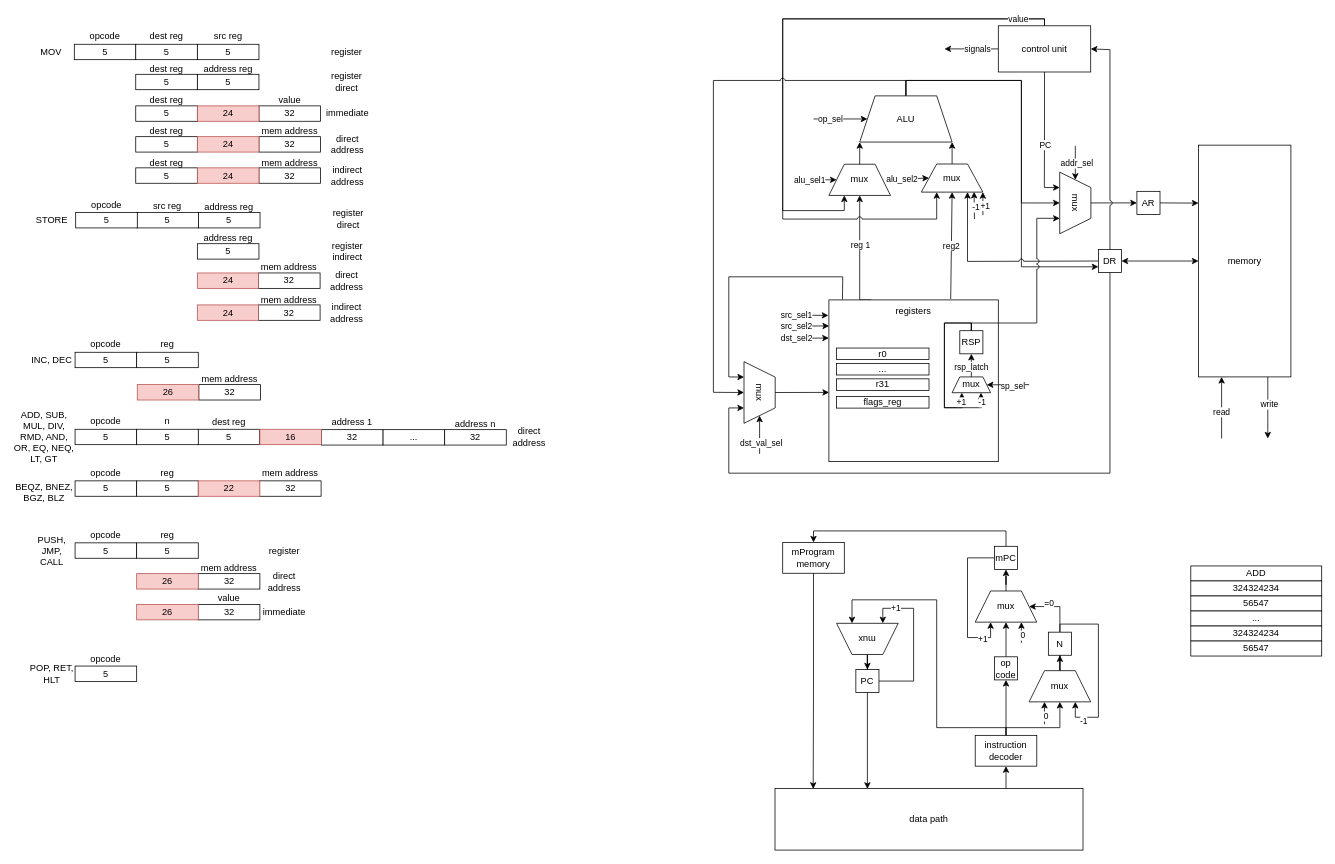
This is resources/csa_lab4.drawio from vanya9090/csa_lab4, a draw.io file, before an edit. Source tidied: cells renumbered, new cells numbered last; positions are measured from the earlier drawing's top-left corner, leaving out a move shared by most shapes. Both pictures are drawn from the tidied source at 77%, with x=0, y=0 at pixel (13, 18).
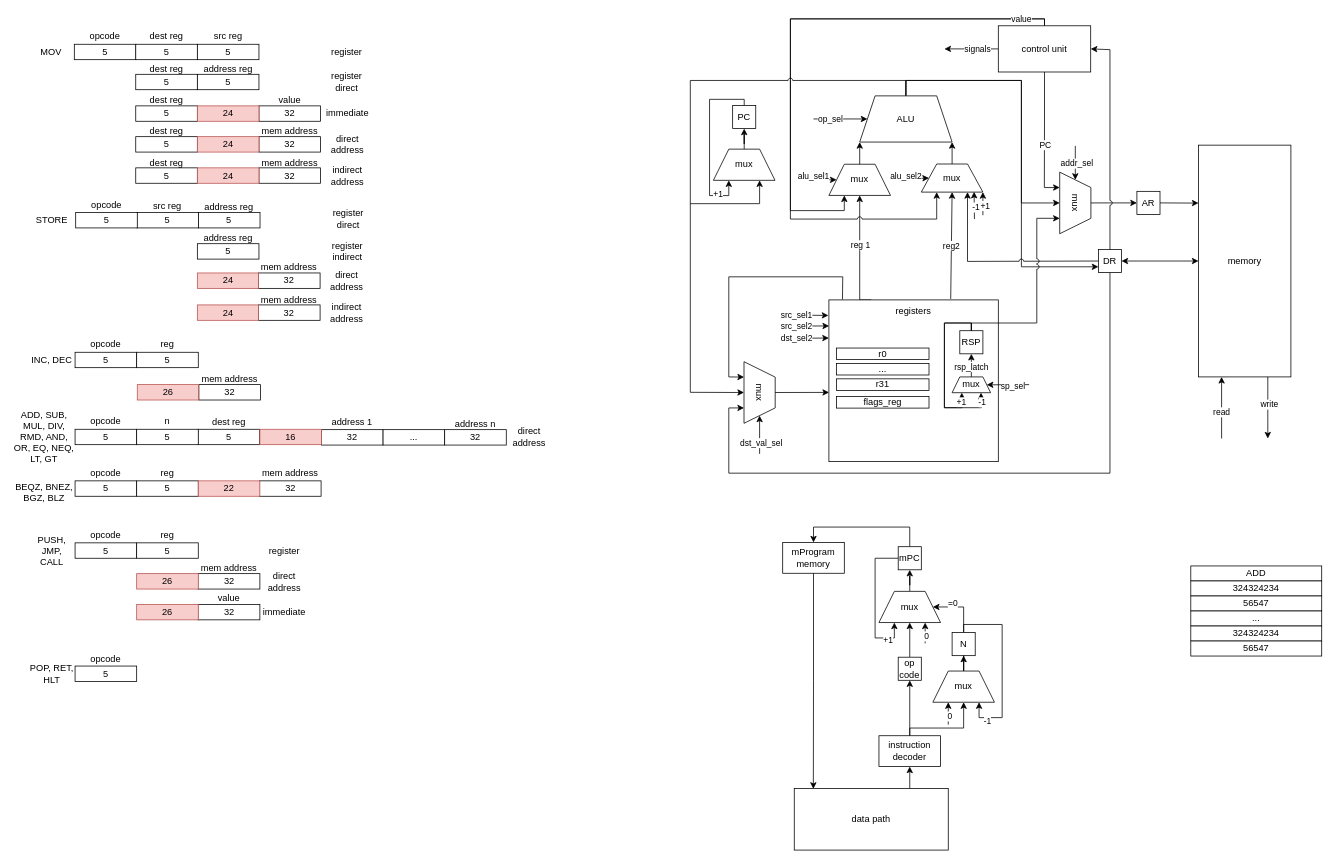
The same page after the edit.

Unchanged cells that the change refers to:
```xml
<mxCell id="52" value="ALU" style="shape=trapezoid;perimeter=trapezoidPerimeter;whiteSpace=wrap;html=1;fixedSize=1;" parent="1" vertex="1">
  <mxGeometry x="1099" y="100" width="120" height="60" as="geometry" />
</mxCell>
<mxCell id="53" value="mux" style="shape=trapezoid;perimeter=trapezoidPerimeter;whiteSpace=wrap;html=1;fixedSize=1;" parent="1" vertex="1">
  <mxGeometry x="1059" y="188.8" width="80" height="40.5" as="geometry" />
</mxCell>
<mxCell id="54" value="mux" style="shape=trapezoid;perimeter=trapezoidPerimeter;whiteSpace=wrap;html=1;fixedSize=1;" parent="1" vertex="1">
  <mxGeometry x="1179" y="188.5" width="80" height="36.5" as="geometry" />
</mxCell>
<mxCell id="57" style="endArrow=classic;html=1;rounded=0;entryX=0;entryY=0.5;entryDx=0;entryDy=0;" parent="1" edge="1" target="53">
  <mxGeometry relative="1" as="geometry">
    <mxPoint x="1019" y="209" as="sourcePoint" />
  </mxGeometry>
</mxCell>
<mxCell id="59" style="endArrow=classic;html=1;rounded=0;entryX=0;entryY=0.5;entryDx=0;entryDy=0;" parent="1" edge="1" target="54">
  <mxGeometry relative="1" as="geometry">
    <mxPoint x="1139" y="208.5" as="sourcePoint" />
  </mxGeometry>
</mxCell>
<mxCell id="68" value="control unit" style="rounded=0;whiteSpace=wrap;html=1;" parent="1" vertex="1">
  <mxGeometry x="1279" y="9" width="120" height="60" as="geometry" />
</mxCell>
<mxCell id="78" value="mux" style="shape=trapezoid;perimeter=trapezoidPerimeter;whiteSpace=wrap;html=1;fixedSize=1;rotation=90;" parent="1" vertex="1">
  <mxGeometry x="929" y="465" width="80" height="40.5" as="geometry" />
</mxCell>
<mxCell id="145" value="mProgram&lt;div&gt;memory&lt;/div&gt;" style="rounded=0;whiteSpace=wrap;html=1;" parent="1" vertex="1">
  <mxGeometry x="999" y="680" width="80" height="40" as="geometry" />
</mxCell>
```

The edit, as a diff of the source:
```diff
@@
     <mxCell id="58" value="alu_sel1" style="edgeLabel;html=1;align=center;verticalAlign=middle;" parent="57" vertex="1">
-      <mxGeometry x="-0.4" relative="1" as="geometry" />
+      <mxGeometry x="-0.4" relative="1" as="geometry">
+        <mxPoint x="5" y="-5" as="offset" />
+      </mxGeometry>
     </mxCell>
@@
     <mxCell id="60" value="alu_sel2" style="edgeLabel;html=1;align=center;verticalAlign=middle;" parent="59" vertex="1">
-      <mxGeometry x="-0.4" relative="1" as="geometry" />
+      <mxGeometry x="-0.4" relative="1" as="geometry">
+        <mxPoint x="5" y="-4" as="offset" />
+      </mxGeometry>
     </mxCell>
@@
     <mxCell id="65" style="edgeStyle=orthogonalEdgeStyle;rounded=0;jettySize=auto;html=1;entryX=0.25;entryY=1;entryDx=0;entryDy=0;" parent="1" edge="1" source="68" target="53">
       <mxGeometry relative="1" as="geometry">
         <Array as="points">
           <mxPoint x="1339" />
-          <mxPoint x="999" />
-          <mxPoint x="999" y="249" />
+          <mxPoint x="1009" />
+          <mxPoint x="1009" y="249" />
           <mxPoint x="1079" y="249" />
         </Array>
       </mxGeometry>
     </mxCell>
     <mxCell id="66" style="edgeStyle=orthogonalEdgeStyle;rounded=0;jettySize=auto;html=1;entryX=0.25;entryY=1;entryDx=0;entryDy=0;jumpStyle=arc;" parent="1" edge="1" source="68" target="54">
       <mxGeometry relative="1" as="geometry">
         <Array as="points">
           <mxPoint x="1339" />
-          <mxPoint x="999" />
-          <mxPoint x="999" y="260" />
+          <mxPoint x="1009" />
+          <mxPoint x="1009" y="260" />
           <mxPoint x="1199" y="260" />
         </Array>
       </mxGeometry>
     </mxCell>
@@
     <mxCell id="81" style="endArrow=classic;html=1;rounded=0;exitX=0.5;exitY=0;exitDx=0;exitDy=0;entryX=0.5;entryY=1;entryDx=0;entryDy=0;jumpStyle=arc;" parent="1" edge="1" source="52" target="78">
       <mxGeometry relative="1" as="geometry">
         <Array as="points">
           <mxPoint x="1159" y="80" />
-          <mxPoint x="909" y="80" />
-          <mxPoint x="909" y="485" />
+          <mxPoint x="879" y="80" />
+          <mxPoint x="879" y="485" />
         </Array>
       </mxGeometry>
     </mxCell>
@@
     <mxCell id="109" value="data path" style="rounded=0;whiteSpace=wrap;html=1;" parent="1" vertex="1">
-      <mxGeometry x="989" y="999.5" width="400" height="80" as="geometry" />
+      <mxGeometry x="1014" y="999.5" width="200" height="80" as="geometry" />
     </mxCell>
@@
-    <mxCell id="131" style="edgeStyle=orthogonalEdgeStyle;rounded=0;jettySize=auto;html=1;entryX=0.75;entryY=1;entryDx=0;entryDy=0;exitX=0.5;exitY=0;exitDx=0;exitDy=0;" parent="1" edge="1" source="133" target="155">
-      <mxGeometry relative="1" as="geometry">
-        <Array as="points">
-          <mxPoint x="1289" y="920.5" />
-          <mxPoint x="1199" y="920.5" />
-          <mxPoint x="1199" y="754.5" />
-          <mxPoint x="1089" y="754.5" />
-        </Array>
-      </mxGeometry>
-    </mxCell>
     <mxCell id="132" style="edgeStyle=orthogonalEdgeStyle;rounded=0;jettySize=auto;html=1;entryX=0.5;entryY=1;entryDx=0;entryDy=0;" parent="1" edge="1" source="133" target="209">
       <mxGeometry relative="1" as="geometry">
         <Array as="points">
-          <mxPoint x="1289" y="920.5" />
-          <mxPoint x="1359" y="920.5" />
+          <mxPoint x="1164" y="921" />
+          <mxPoint x="1234" y="921" />
         </Array>
       </mxGeometry>
     </mxCell>
     <mxCell id="133" value="instruction&lt;div&gt;decoder&lt;/div&gt;" style="rounded=0;whiteSpace=wrap;html=1;" parent="1" vertex="1">
-      <mxGeometry x="1249" y="930.5" width="80" height="40" as="geometry" />
+      <mxGeometry x="1124" y="931" width="80" height="40" as="geometry" />
     </mxCell>
-    <mxCell id="134" style="endArrow=classic;html=1;rounded=0;exitX=0.75;exitY=0;exitDx=0;exitDy=0;entryX=0.5;entryY=1;entryDx=0;entryDy=0;" parent="1" edge="1" source="109" target="133">
-      <mxGeometry relative="1" as="geometry" />
-    </mxCell>
-    <mxCell id="135" style="edgeStyle=orthogonalEdgeStyle;rounded=0;jettySize=auto;html=1;entryX=0.25;entryY=1;entryDx=0;entryDy=0;" parent="1" edge="1" source="137" target="155">
-      <mxGeometry relative="1" as="geometry">
-        <Array as="points">
-          <mxPoint x="1169" y="859.5" />
-          <mxPoint x="1169" y="765.5" />
-          <mxPoint x="1129" y="765.5" />
-        </Array>
-      </mxGeometry>
-    </mxCell>
-    <mxCell id="136" value="+1" style="edgeLabel;html=1;align=center;verticalAlign=middle;" parent="135" vertex="1">
-      <mxGeometry x="0.64" y="-1" relative="1" as="geometry" />
-    </mxCell>
-    <mxCell id="137" value="PC" style="rounded=0;whiteSpace=wrap;html=1;" parent="1" vertex="1">
-      <mxGeometry x="1094" y="845" width="30" height="30" as="geometry" />
-    </mxCell>
@@
     <mxCell id="139" value="mux" style="shape=trapezoid;perimeter=trapezoidPerimeter;whiteSpace=wrap;html=1;fixedSize=1;rotation=0;" parent="1" vertex="1">
-      <mxGeometry x="1249" y="743" width="80" height="40.5" as="geometry" />
+      <mxGeometry x="1124" y="743.5" width="80" height="40.5" as="geometry" />
     </mxCell>
-    <mxCell id="140" style="edgeStyle=orthogonalEdgeStyle;rounded=0;jettySize=auto;html=1;entryX=0.5;entryY=0;entryDx=0;entryDy=0;" parent="1" edge="1" source="143" target="145">
-      <mxGeometry relative="1" as="geometry">
-        <Array as="points">
-          <mxPoint x="1289" y="665" />
-          <mxPoint x="1039" y="665" />
-        </Array>
-      </mxGeometry>
-    </mxCell>
     <mxCell id="141" style="edgeStyle=orthogonalEdgeStyle;rounded=0;jettySize=auto;html=1;entryX=0.25;entryY=1;entryDx=0;entryDy=0;" parent="1" edge="1" source="143" target="139">
       <mxGeometry relative="1" as="geometry">
         <Array as="points">
-          <mxPoint x="1239" y="700.5" />
-          <mxPoint x="1239" y="803.5" />
-          <mxPoint x="1269" y="803.5" />
+          <mxPoint x="1119" y="700" />
+          <mxPoint x="1119" y="804" />
+          <mxPoint x="1144" y="804" />
         </Array>
       </mxGeometry>
     </mxCell>
@@
+    <mxCell id="140" style="edgeStyle=orthogonalEdgeStyle;rounded=0;jettySize=auto;html=1;entryX=0.5;entryY=0;entryDx=0;entryDy=0;" parent="1" edge="1" source="143" target="145">
+      <mxGeometry relative="1" as="geometry">
+        <Array as="points">
+          <mxPoint x="1164" y="660" />
+          <mxPoint x="1039" y="660" />
+        </Array>
+      </mxGeometry>
+    </mxCell>
     <mxCell id="143" value="mPC" style="rounded=0;whiteSpace=wrap;html=1;" parent="1" vertex="1">
-      <mxGeometry x="1274" y="685" width="30" height="30" as="geometry" />
+      <mxGeometry x="1149" y="685.5" width="30" height="30" as="geometry" />
     </mxCell>
@@
-    <mxCell id="154" style="edgeStyle=orthogonalEdgeStyle;rounded=0;jettySize=auto;html=1;entryX=0.5;entryY=0;entryDx=0;entryDy=0;" parent="1" edge="1" source="155" target="137">
-      <mxGeometry relative="1" as="geometry" />
-    </mxCell>
-    <mxCell id="155" value="mux" style="shape=trapezoid;perimeter=trapezoidPerimeter;whiteSpace=wrap;html=1;fixedSize=1;rotation=-180;" parent="1" vertex="1">
-      <mxGeometry x="1069" y="785" width="80" height="40.5" as="geometry" />
-    </mxCell>
-    <mxCell id="156" style="edgeStyle=orthogonalEdgeStyle;rounded=0;jettySize=auto;html=1;entryX=0.3;entryY=0.006;entryDx=0;entryDy=0;entryPerimeter=0;exitX=0.5;exitY=1;exitDx=0;exitDy=0;" parent="1" edge="1" source="137" target="109">
-      <mxGeometry relative="1" as="geometry" />
-    </mxCell>
@@
     <mxCell id="179" style="endArrow=classic;html=1;rounded=0;entryX=0.75;entryY=1;entryDx=0;entryDy=0;" parent="1" edge="1" target="139">
       <mxGeometry relative="1" as="geometry">
-        <mxPoint x="1309" y="810.5" as="sourcePoint" />
+        <mxPoint x="1184" y="811" as="sourcePoint" />
       </mxGeometry>
     </mxCell>
@@
     <mxCell id="195" style="edgeStyle=orthogonalEdgeStyle;rounded=0;jettySize=auto;html=1;entryX=0.75;entryY=1;entryDx=0;entryDy=0;" parent="1" edge="1" source="199" target="209">
       <mxGeometry relative="1" as="geometry">
         <Array as="points">
-          <mxPoint x="1359" y="786" />
-          <mxPoint x="1409" y="786" />
-          <mxPoint x="1409" y="907" />
-          <mxPoint x="1379" y="907" />
+          <mxPoint x="1234" y="786.5" />
+          <mxPoint x="1284" y="786.5" />
+          <mxPoint x="1284" y="907.5" />
+          <mxPoint x="1254" y="907.5" />
         </Array>
       </mxGeometry>
     </mxCell>
@@
     <mxCell id="197" style="edgeStyle=orthogonalEdgeStyle;rounded=0;jettySize=auto;html=1;entryX=1;entryY=0.5;entryDx=0;entryDy=0;" parent="1" edge="1" source="199" target="139">
       <mxGeometry relative="1" as="geometry">
         <Array as="points">
-          <mxPoint x="1359" y="763.5" />
+          <mxPoint x="1234" y="764" />
         </Array>
       </mxGeometry>
     </mxCell>
@@
     <mxCell id="199" value="N" style="rounded=0;whiteSpace=wrap;html=1;" parent="1" vertex="1">
-      <mxGeometry x="1344" y="796.5" width="30" height="30" as="geometry" />
+      <mxGeometry x="1219" y="797" width="30" height="30" as="geometry" />
     </mxCell>
@@
     <mxCell id="207" value="op&lt;div&gt;code&lt;/div&gt;" style="rounded=0;whiteSpace=wrap;html=1;" parent="1" vertex="1">
-      <mxGeometry x="1274" y="828.5" width="30" height="30" as="geometry" />
+      <mxGeometry x="1149" y="829" width="30" height="30" as="geometry" />
     </mxCell>
@@
     <mxCell id="209" value="mux" style="shape=trapezoid;perimeter=trapezoidPerimeter;whiteSpace=wrap;html=1;fixedSize=1;rotation=0;" parent="1" vertex="1">
-      <mxGeometry x="1319" y="846.5" width="80" height="40.5" as="geometry" />
+      <mxGeometry x="1194" y="847" width="80" height="40.5" as="geometry" />
     </mxCell>
     <mxCell id="210" style="endArrow=classic;html=1;rounded=0;entryX=0.25;entryY=1;entryDx=0;entryDy=0;" parent="1" edge="1" target="209">
       <mxGeometry relative="1" as="geometry">
-        <mxPoint x="1339" y="916" as="sourcePoint" />
+        <mxPoint x="1214" y="916.5" as="sourcePoint" />
       </mxGeometry>
     </mxCell>
@@
+    <mxCell id="135" style="edgeStyle=orthogonalEdgeStyle;rounded=0;jettySize=auto;html=1;entryX=0.25;entryY=1;entryDx=0;entryDy=0;" parent="1" edge="1" source="137" target="155">
+      <mxGeometry relative="1" as="geometry">
+        <Array as="points">
+          <mxPoint x="949" y="104.5" />
+          <mxPoint x="904" y="104.5" />
+          <mxPoint x="904" y="229.5" />
+          <mxPoint x="929" y="229.5" />
+        </Array>
+      </mxGeometry>
+    </mxCell>
+    <mxCell id="136" value="+1" style="edgeLabel;html=1;align=center;verticalAlign=middle;" parent="135" vertex="1">
+      <mxGeometry x="0.69" y="2" relative="1" as="geometry" />
+    </mxCell>
+    <mxCell id="137" value="PC" style="rounded=0;whiteSpace=wrap;html=1;" parent="1" vertex="1">
+      <mxGeometry x="934" y="112.5" width="30" height="30" as="geometry" />
+    </mxCell>
+    <mxCell id="154" style="edgeStyle=orthogonalEdgeStyle;rounded=0;jettySize=auto;html=1;entryX=0.5;entryY=1;entryDx=0;entryDy=0;" parent="1" edge="1" source="155" target="137">
+      <mxGeometry relative="1" as="geometry" />
+    </mxCell>
+    <mxCell id="155" value="mux" style="shape=trapezoid;perimeter=trapezoidPerimeter;whiteSpace=wrap;html=1;fixedSize=1;rotation=0;" parent="1" vertex="1">
+      <mxGeometry x="909" y="169.2" width="80" height="40.5" as="geometry" />
+    </mxCell>
+    <mxCell id="212" style="endArrow=classic;html=1;rounded=0;entryX=0.75;entryY=1;entryDx=0;entryDy=0;" parent="1" edge="1" target="155">
+      <mxGeometry relative="1" as="geometry">
+        <mxPoint x="879" y="240" as="sourcePoint" />
+        <Array as="points">
+          <mxPoint x="969" y="240" />
+        </Array>
+      </mxGeometry>
+    </mxCell>
+    <mxCell id="134" style="endArrow=classic;html=1;rounded=0;exitX=0.75;exitY=0;exitDx=0;exitDy=0;entryX=0.5;entryY=1;entryDx=0;entryDy=0;" parent="1" edge="1" source="109" target="133">
+      <mxGeometry relative="1" as="geometry" />
+    </mxCell>
```
